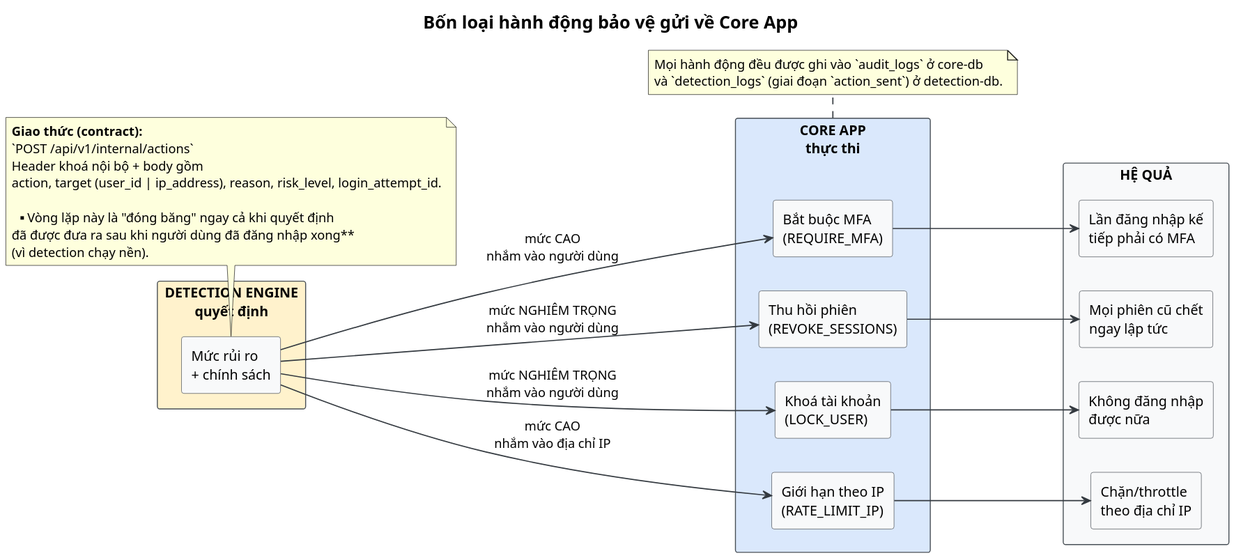
Above: docs/diagrams/v3.3-detect/06-hanh-dong-ve-core.svg in Albert-Tuan/sentinel-auth (PlantUML), before the change. The source it was exported from:
```plantuml
@startuml
skinparam backgroundColor #FFFFFF
skinparam shadowing false
skinparam defaultFontName Sans
skinparam rectangle {
  BackgroundColor #F8F9FA
  BorderColor #495057
}
skinparam ArrowColor #343A40
skinparam ArrowThickness 1.2
skinparam titleFontSize 18

title Bốn loại hành động bảo vệ gửi về Core App

left to right direction

rectangle "DETECTION ENGINE\nquyết định" as DE #FFF2CC {
  rectangle "Mức rủi ro\n+ chính sách" as DEC
}

rectangle "CORE APP\nthực thi" as CORE #DAE8FC {
  rectangle "Bắt buộc MFA\n(REQUIRE_MFA)" as A1
  rectangle "Thu hồi phiên\n(REVOKE_SESSIONS)" as A2
  rectangle "Khoá tài khoản\n(LOCK_USER)" as A3
  rectangle "Giới hạn theo IP\n(RATE_LIMIT_IP)" as A4
}

rectangle "HỆ QUẢ" as RES {
  rectangle "Lần đăng nhập kế\ntiếp phải có MFA" as R1
  rectangle "Mọi phiên cũ chết\nngay lập tức" as R2
  rectangle "Không đăng nhập\nđược nữa" as R3
  rectangle "Chặn/throttle\ntheo địa chỉ IP" as R4
}

DEC --> A1 : mức CAO\nnhắm vào người dùng
DEC --> A2 : mức NGHIÊM TRỌNG\nnhắm vào người dùng
DEC --> A3 : mức NGHIÊM TRỌNG\nnhắm vào người dùng
DEC --> A4 : mức CAO\nnhắm vào địa chỉ IP

A1 --> R1
A2 --> R2
A3 --> R3
A4 --> R4

note bottom of DEC
  **Giao thức (contract):**
  `POST /api/v1/internal/actions`
  Header khoá nội bộ + body gồm
  action, target (user_id | ip_address), reason, risk_level, login_attempt_id.

  **Vòng lặp này là "đóng băng" ngay cả khi quyết định
  đã được đưa ra sau khi người dùng đã đăng nhập xong**
  (vì detection chạy nền).
end note

note bottom of CORE
  Mọi hành động đều được ghi vào `audit_logs` ở core-db
  và `detection_logs` (giai đoạn `action_sent`) ở detection-db.
end note
@enduml
```
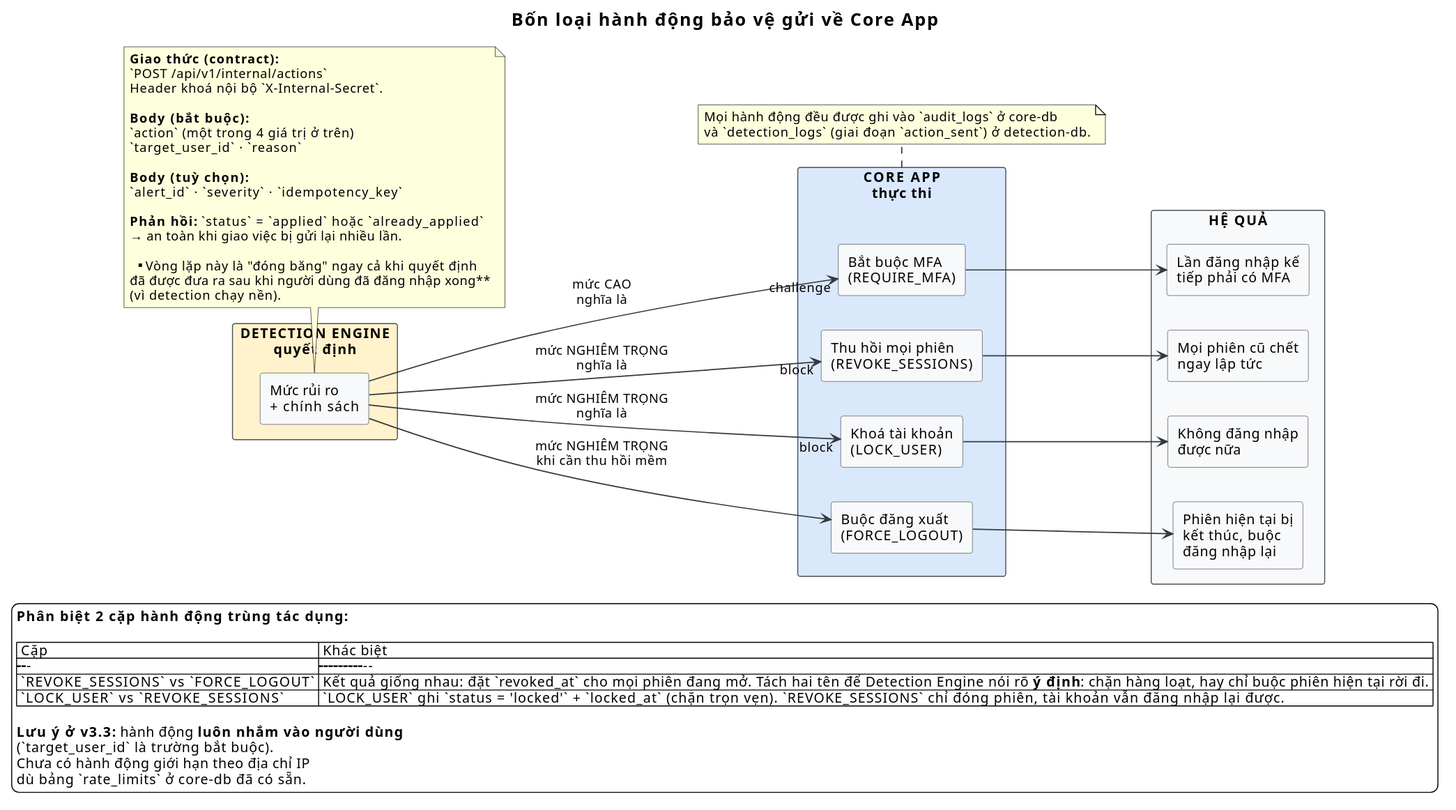
Later version of the same file.

The edit, as a diff of the source:
```diff
@@ -17,25 +17,24 @@
 rectangle "DETECTION ENGINE\nquyết định" as DE #FFF2CC {
   rectangle "Mức rủi ro\n+ chính sách" as DEC
 }
-
 rectangle "CORE APP\nthực thi" as CORE #DAE8FC {
   rectangle "Bắt buộc MFA\n(REQUIRE_MFA)" as A1
-  rectangle "Thu hồi phiên\n(REVOKE_SESSIONS)" as A2
+  rectangle "Thu hồi mọi phiên\n(REVOKE_SESSIONS)" as A2
   rectangle "Khoá tài khoản\n(LOCK_USER)" as A3
-  rectangle "Giới hạn theo IP\n(RATE_LIMIT_IP)" as A4
+  rectangle "Buộc đăng xuất\n(FORCE_LOGOUT)" as A4
 }
 
 rectangle "HỆ QUẢ" as RES {
   rectangle "Lần đăng nhập kế\ntiếp phải có MFA" as R1
   rectangle "Mọi phiên cũ chết\nngay lập tức" as R2
   rectangle "Không đăng nhập\nđược nữa" as R3
-  rectangle "Chặn/throttle\ntheo địa chỉ IP" as R4
+  rectangle "Phiên hiện tại bị\nkết thúc, buộc\nđăng nhập lại" as R4
 }
 
-DEC --> A1 : mức CAO\nnhắm vào người dùng
-DEC --> A2 : mức NGHIÊM TRỌNG\nnhắm vào người dùng
-DEC --> A3 : mức NGHIÊM TRỌNG\nnhắm vào người dùng
-DEC --> A4 : mức CAO\nnhắm vào địa chỉ IP
+DEC --> A1 : mức CAO\nnghĩa là "challenge"
+DEC --> A2 : mức NGHIÊM TRỌNG\nnghĩa là "block"
+DEC --> A3 : mức NGHIÊM TRỌNG\nnghĩa là "block"
+DEC --> A4 : mức NGHIÊM TRỌNG\nkhi cần thu hồi mềm
 
 A1 --> R1
 A2 --> R2
@@ -45,8 +44,17 @@
 note bottom of DEC
   **Giao thức (contract):**
   `POST /api/v1/internal/actions`
-  Header khoá nội bộ + body gồm
-  action, target (user_id | ip_address), reason, risk_level, login_attempt_id.
+  Header khoá nội bộ `X-Internal-Secret`.
+
+  **Body (bắt buộc):**
+  `action` (một trong 4 giá trị ở trên)
+  `target_user_id` · `reason`
+
+  **Body (tuỳ chọn):**
+  `alert_id` · `severity` · `idempotency_key`
+
+  **Phản hồi:** `status` = `applied` hoặc `already_applied`
+  → an toàn khi giao việc bị gửi lại nhiều lần.
 
   **Vòng lặp này là "đóng băng" ngay cả khi quyết định
   đã được đưa ra sau khi người dùng đã đăng nhập xong**
@@ -57,4 +65,18 @@
   Mọi hành động đều được ghi vào `audit_logs` ở core-db
   và `detection_logs` (giai đoạn `action_sent`) ở detection-db.
 end note
+
+legend bottom
+**Phân biệt 2 cặp hành động trùng tác dụng:**
+
+| Cặp       | Khác biệt                                     |
+|-----------|-----------------------------------------------|
+| `REVOKE_SESSIONS` vs `FORCE_LOGOUT` | Kết quả giống nhau: đặt `revoked_at` cho mọi phiên đang mở. Tách hai tên để Detection Engine nói rõ **ý định**: chặn hàng loạt, hay chỉ buộc phiên hiện tại rời đi. |
+| `LOCK_USER` vs `REVOKE_SESSIONS` | `LOCK_USER` ghi `status = 'locked'` + `locked_at` (chặn trọn vẹn). `REVOKE_SESSIONS` chỉ đóng phiên, tài khoản vẫn đăng nhập lại được. |
+
+**Lưu ý ở v3.3:** hành động **luôn nhắm vào người dùng**
+(`target_user_id` là trường bắt buộc).
+Chưa có hành động giới hạn theo địa chỉ IP
+dù bảng `rate_limits` ở core-db đã có sẵn.
+endlegend
 @enduml
```
